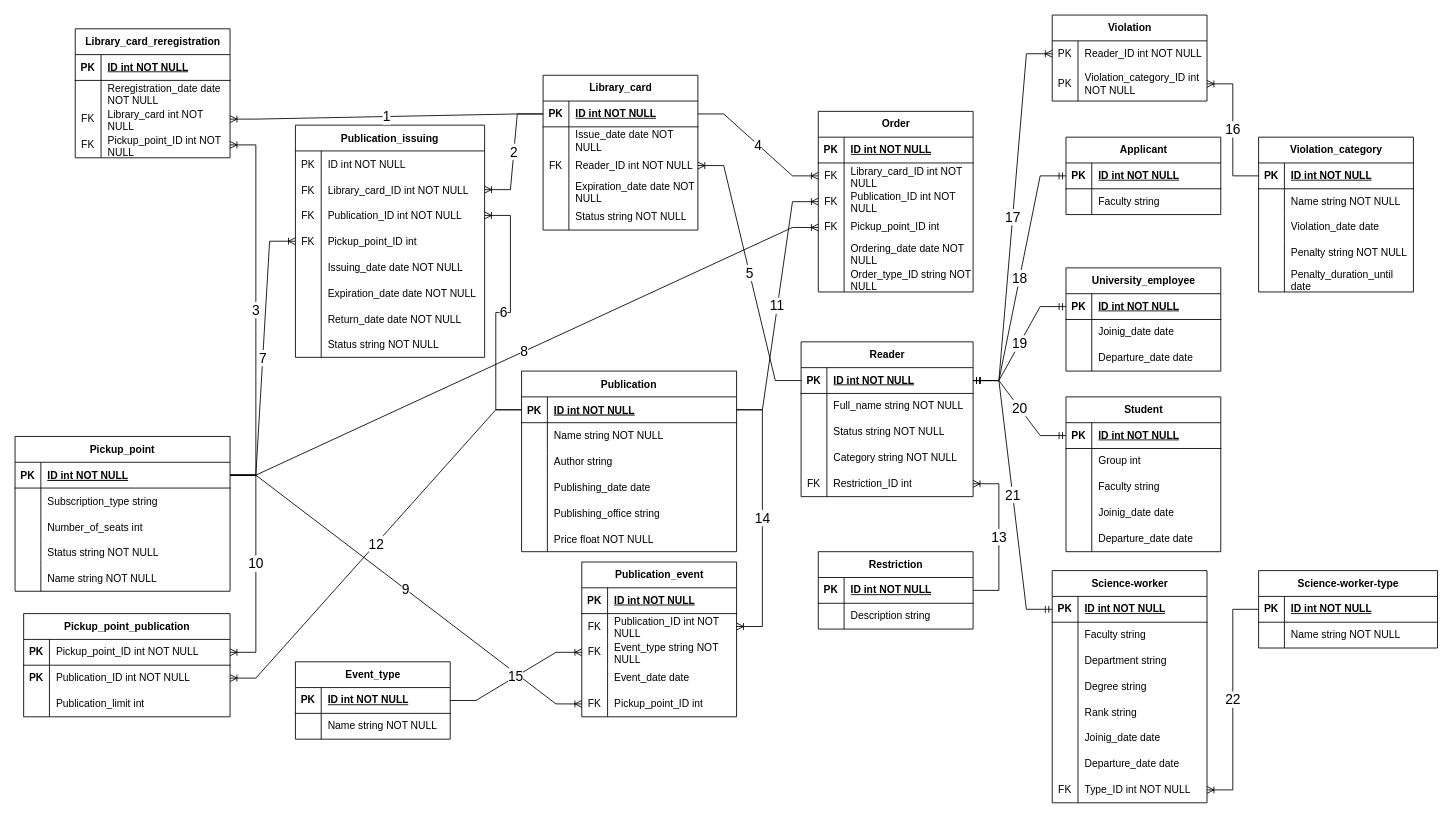
Earlier version of the draw.io diagram university_library_project/er-model.drawio (helttek/nsu). Source tidied: cells renumbered, new cells numbered last; positions are measured from the earlier drawing's top-left corner, leaving out a move shared by most shapes. Both pictures are drawn from the tidied source at 86%, with x=0, y=0 at pixel (15, 15).
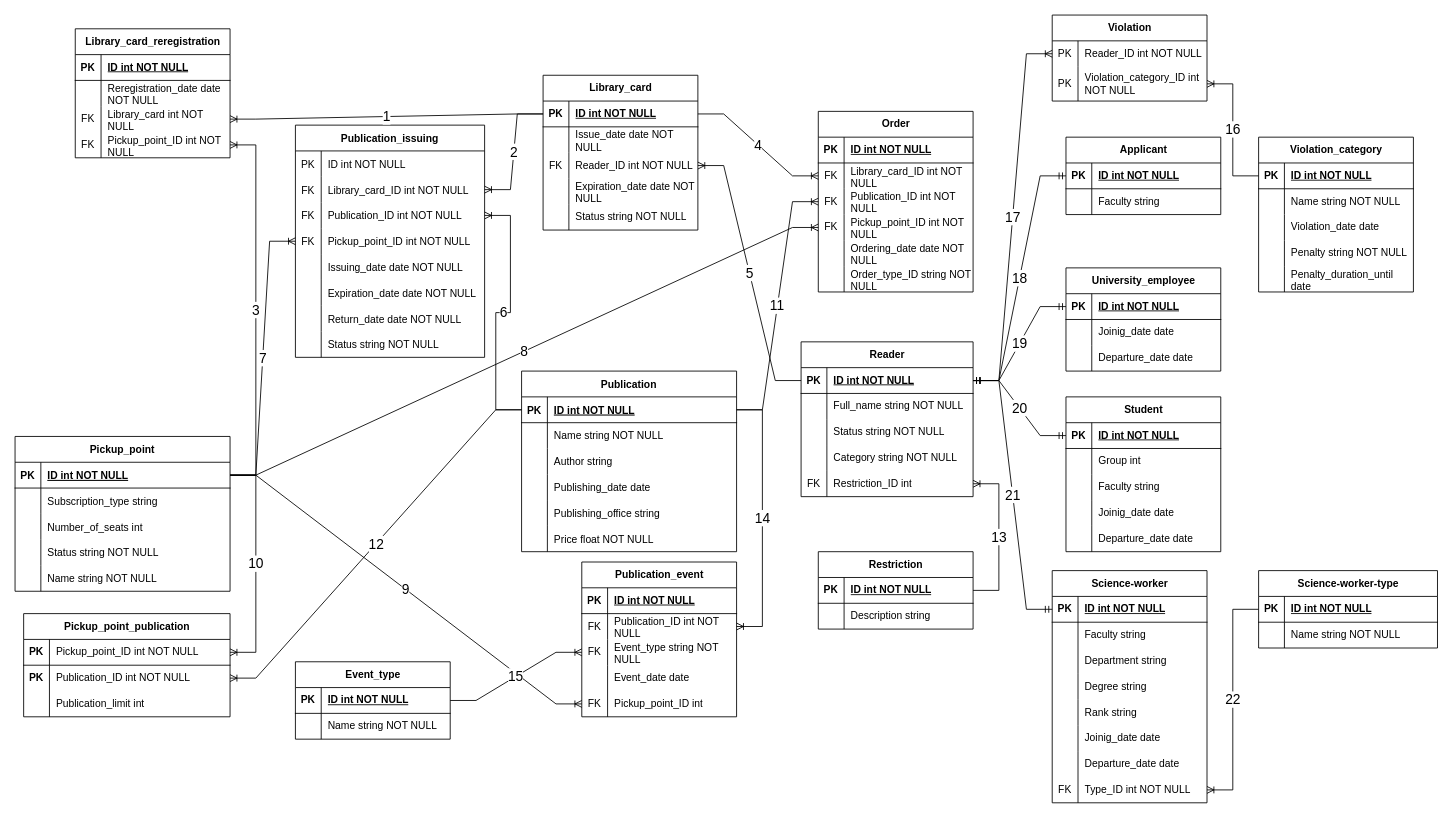
The same diagram, later.

Commit message (it also covers changes not shown here):
er-model update: fixed the nullability of some attributes in Order and Publication_issuing tables

Unchanged cells that the change refers to:
```xml
<mxCell id="28" style="shape=partialRectangle;fillColor=none;points=[[0,0.5],[1,0.5]];portConstraint=eastwest;top=0;left=0;right=0;bottom=0;" parent="18" vertex="1">
  <mxGeometry y="120" width="220" height="30" as="geometry" />
</mxCell>
<mxCell id="130" style="shape=tableRow;horizontal=0;startSize=0;swimlaneHead=0;swimlaneBody=0;fillColor=none;points=[[0,0.5],[1,0.5]];portConstraint=eastwest;top=0;left=0;right=0;bottom=0;" parent="120" vertex="1">
  <mxGeometry y="120" width="180" height="30" as="geometry" />
</mxCell>
```

Diff of the diagram source:
```diff
@@
-    <mxCell id="30" value="Pickup_point_ID int" style="shape=partialRectangle;overflow=hidden;fillColor=none;top=0;left=0;bottom=0;right=0;align=left;spacingLeft=6;" parent="28" vertex="1">
+    <mxCell id="30" value="Pickup_point_ID int NOT NULL" style="shape=partialRectangle;overflow=hidden;fillColor=none;top=0;left=0;bottom=0;right=0;align=left;spacingLeft=6;" parent="28" vertex="1">
       <mxGeometry x="30" width="190" height="30" as="geometry" />
     </mxCell>
@@
-    <mxCell id="132" value="Pickup_point_ID int" style="shape=partialRectangle;fillColor=none;top=0;left=0;bottom=0;right=0;align=left;spacingLeft=6;overflow=hidden;whiteSpace=wrap;html=1;" parent="130" vertex="1">
+    <mxCell id="132" value="Pickup_point_ID int NOT NULL" style="shape=partialRectangle;fillColor=none;top=0;left=0;bottom=0;right=0;align=left;spacingLeft=6;overflow=hidden;whiteSpace=wrap;html=1;" parent="130" vertex="1">
       <mxGeometry x="30" width="150" height="30" as="geometry" />
     </mxCell>
```
